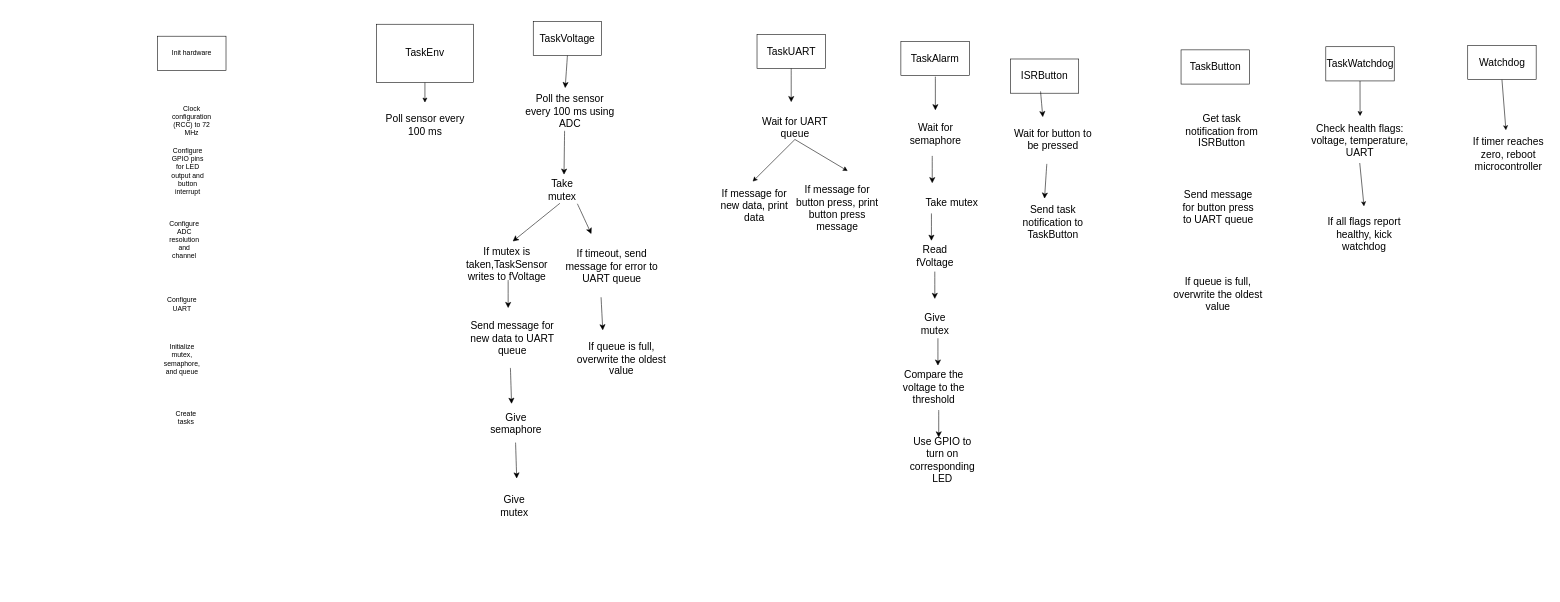
The draw.io diagram page "Tasks" (1 of 2) of architecture/battery-monitor-v3.drawio in erinjhu/battery-monitor, before the edit. Source tidied: cells renumbered, new cells numbered last; positions are measured from the earlier drawing's top-left corner, leaving out a move shared by most shapes. Both pictures are drawn from the tidied source at 57%, with x=0, y=0 at pixel (157, 21).
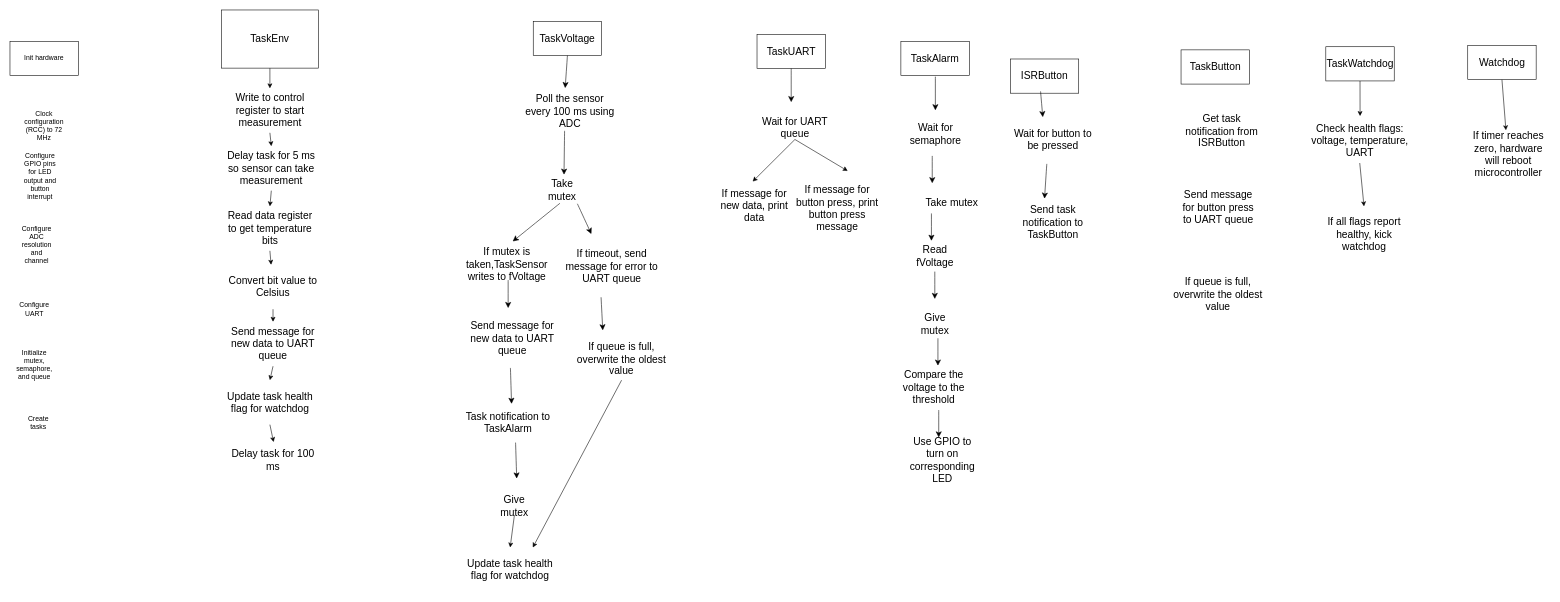
The same diagram, later.

Commit message (it also covers changes not shown here):
update task diagram and BMP180 sensor info

Unchanged cells that the change refers to:
```xml
<mxCell id="28" value="&lt;font style=&quot;font-size: 18px;&quot;&gt;Give mutex&lt;/font&gt;" style="text;html=1;whiteSpace=wrap;strokeColor=none;fillColor=none;align=center;verticalAlign=middle;rounded=0;" parent="1" vertex="1">
  <mxGeometry x="596" y="836" width="60" height="30" as="geometry" />
</mxCell>
<mxCell id="42" value="&lt;font style=&quot;font-size: 18px;&quot;&gt;If queue is full, overwrite the oldest value&lt;/font&gt;" style="text;html=1;whiteSpace=wrap;strokeColor=none;fillColor=none;align=center;verticalAlign=middle;rounded=0;" parent="1" vertex="1">
  <mxGeometry x="722" y="556.5" width="184" height="73" as="geometry" />
</mxCell>
```

Change to the diagram source:
```diff
@@
+    <mxCell id="66" style="rounded=0;jettySize=auto;html=1;exitX=0.5;exitY=1;exitDx=0;exitDy=0;entryX=0.5;entryY=0;entryDx=0;entryDy=0;" parent="1" edge="1" source="28" target="79">
+      <mxGeometry relative="1" as="geometry" />
+    </mxCell>
@@
-    <mxCell id="37" value="&lt;font style=&quot;font-size: 18px;&quot;&gt;Give semaphore&lt;/font&gt;" style="text;html=1;whiteSpace=wrap;strokeColor=none;fillColor=none;align=center;verticalAlign=middle;rounded=0;" parent="1" vertex="1">
-      <mxGeometry x="599" y="691" width="60" height="30" as="geometry" />
+    <mxCell id="37" value="&lt;font style=&quot;font-size: 18px;&quot;&gt;Task notification to TaskAlarm&lt;/font&gt;" style="text;html=1;whiteSpace=wrap;strokeColor=none;fillColor=none;align=center;verticalAlign=middle;rounded=0;" parent="1" vertex="1">
+      <mxGeometry x="533" y="689" width="164" height="30" as="geometry" />
     </mxCell>
@@
     <mxCell id="39" value="Init hardware" style="rounded=0;whiteSpace=wrap;html=1;" parent="1" vertex="1">
-      <mxGeometry y="26" width="120" height="60" as="geometry" />
+      <mxGeometry x="-259" y="35" width="120" height="60" as="geometry" />
     </mxCell>
@@
+    <mxCell id="67" style="rounded=0;jettySize=auto;html=1;exitX=0.5;exitY=1;exitDx=0;exitDy=0;entryX=0.75;entryY=0;entryDx=0;entryDy=0;" parent="1" edge="1" source="42" target="79">
+      <mxGeometry relative="1" as="geometry" />
+    </mxCell>
@@
     <mxCell id="45" value="Clock configuration (RCC) to 72 MHz" style="text;html=1;whiteSpace=wrap;strokeColor=none;fillColor=none;align=center;verticalAlign=middle;rounded=0;" parent="1" vertex="1">
-      <mxGeometry x="30" y="159" width="60" height="30" as="geometry" />
+      <mxGeometry x="-229" y="168" width="60" height="30" as="geometry" />
     </mxCell>
     <mxCell id="46" value="Configure GPIO pins for LED output and button interrupt" style="text;html=1;whiteSpace=wrap;strokeColor=none;fillColor=none;align=center;verticalAlign=middle;rounded=0;" parent="1" vertex="1">
-      <mxGeometry x="23" y="248" width="60" height="30" as="geometry" />
+      <mxGeometry x="-236" y="257" width="60" height="30" as="geometry" />
     </mxCell>
     <mxCell id="47" value="Configure ADC resolution and channel" style="text;html=1;whiteSpace=wrap;strokeColor=none;fillColor=none;align=center;verticalAlign=middle;rounded=0;" parent="1" vertex="1">
-      <mxGeometry x="17" y="368" width="60" height="30" as="geometry" />
+      <mxGeometry x="-242" y="377" width="60" height="30" as="geometry" />
     </mxCell>
     <mxCell id="48" value="Configure UART" style="text;html=1;whiteSpace=wrap;strokeColor=none;fillColor=none;align=center;verticalAlign=middle;rounded=0;" parent="1" vertex="1">
-      <mxGeometry x="13" y="481" width="60" height="30" as="geometry" />
+      <mxGeometry x="-246" y="490" width="60" height="30" as="geometry" />
     </mxCell>
     <mxCell id="49" value="Initialize mutex, semaphore, and queue" style="text;html=1;whiteSpace=wrap;strokeColor=none;fillColor=none;align=center;verticalAlign=middle;rounded=0;" parent="1" vertex="1">
-      <mxGeometry x="13" y="578" width="60" height="30" as="geometry" />
+      <mxGeometry x="-246" y="587" width="60" height="30" as="geometry" />
     </mxCell>
     <mxCell id="50" value="Create tasks" style="text;html=1;whiteSpace=wrap;strokeColor=none;fillColor=none;align=center;verticalAlign=middle;rounded=0;" parent="1" vertex="1">
-      <mxGeometry x="20" y="680" width="60" height="30" as="geometry" />
+      <mxGeometry x="-239" y="689" width="60" height="30" as="geometry" />
     </mxCell>
-    <mxCell id="51" value="&lt;font style=&quot;font-size: 18px;&quot;&gt;If timer reaches zero, reboot microcontroller&lt;/font&gt;" style="text;html=1;whiteSpace=wrap;strokeColor=none;fillColor=none;align=center;verticalAlign=middle;rounded=0;" parent="1" vertex="1">
+    <mxCell id="51" value="&lt;font style=&quot;font-size: 18px;&quot;&gt;If timer reaches zero, hardware will reboot microcontroller&lt;/font&gt;" style="text;html=1;whiteSpace=wrap;strokeColor=none;fillColor=none;align=center;verticalAlign=middle;rounded=0;" parent="1" vertex="1">
       <mxGeometry x="2296.5" y="190" width="146" height="87" as="geometry" />
     </mxCell>
@@
     <mxCell id="60" value="&lt;font style=&quot;font-size: 18px;&quot;&gt;TaskEnv&lt;/font&gt;" style="rounded=0;whiteSpace=wrap;html=1;" parent="1" vertex="1">
-      <mxGeometry x="384" y="5" width="170" height="102" as="geometry" />
+      <mxGeometry x="112" y="-20" width="170" height="102" as="geometry" />
     </mxCell>
+    <mxCell id="68" style="edgeStyle=none;rounded=0;jettySize=auto;html=1;exitX=0.5;exitY=1;exitDx=0;exitDy=0;entryX=0.5;entryY=0;entryDx=0;entryDy=0;" parent="1" edge="1" source="61" target="70">
+      <mxGeometry relative="1" as="geometry" />
+    </mxCell>
-    <mxCell id="61" value="&lt;font style=&quot;font-size: 18px;&quot;&gt;Poll sensor every 100 ms&lt;/font&gt;" style="text;html=1;whiteSpace=wrap;strokeColor=none;fillColor=none;align=center;verticalAlign=middle;rounded=0;" parent="1" vertex="1">
-      <mxGeometry x="389.5" y="142.5" width="159" height="78" as="geometry" />
+    <mxCell id="61" value="&lt;font style=&quot;font-size: 18px;&quot;&gt;Write to control register to start measurement&lt;/font&gt;" style="text;html=1;whiteSpace=wrap;strokeColor=none;fillColor=none;align=center;verticalAlign=middle;rounded=0;" parent="1" vertex="1">
+      <mxGeometry x="117.5" y="117.5" width="159" height="78" as="geometry" />
     </mxCell>
@@
+    <mxCell id="69" style="edgeStyle=none;rounded=0;jettySize=auto;html=1;exitX=0.5;exitY=1;exitDx=0;exitDy=0;entryX=0.5;entryY=0;entryDx=0;entryDy=0;" parent="1" edge="1" source="70" target="72">
+      <mxGeometry relative="1" as="geometry" />
+    </mxCell>
+    <mxCell id="70" value="&lt;font style=&quot;font-size: 18px;&quot;&gt;Delay task for 5 ms so sensor can take measurement&lt;/font&gt;" style="text;html=1;whiteSpace=wrap;strokeColor=none;fillColor=none;align=center;verticalAlign=middle;rounded=0;" parent="1" vertex="1">
+      <mxGeometry x="120" y="219" width="159" height="78" as="geometry" />
+    </mxCell>
+    <mxCell id="71" style="edgeStyle=none;rounded=0;jettySize=auto;html=1;exitX=0.5;exitY=1;exitDx=0;exitDy=0;" parent="1" edge="1" source="72" target="74">
+      <mxGeometry relative="1" as="geometry" />
+    </mxCell>
+    <mxCell id="72" value="&lt;font style=&quot;font-size: 18px;&quot;&gt;Read data register to get temperature bits&lt;/font&gt;" style="text;html=1;whiteSpace=wrap;strokeColor=none;fillColor=none;align=center;verticalAlign=middle;rounded=0;" parent="1" vertex="1">
+      <mxGeometry x="117.5" y="324.5" width="159" height="78" as="geometry" />
+    </mxCell>
+    <mxCell id="73" style="edgeStyle=none;rounded=0;jettySize=auto;html=1;exitX=0.5;exitY=1;exitDx=0;exitDy=0;entryX=0.5;entryY=0;entryDx=0;entryDy=0;" parent="1" edge="1" source="74" target="76">
+      <mxGeometry relative="1" as="geometry" />
+    </mxCell>
+    <mxCell id="74" value="&lt;font style=&quot;font-size: 18px;&quot;&gt;Convert bit value to Celsius&lt;/font&gt;" style="text;html=1;whiteSpace=wrap;strokeColor=none;fillColor=none;align=center;verticalAlign=middle;rounded=0;" parent="1" vertex="1">
+      <mxGeometry x="123" y="427" width="159" height="78" as="geometry" />
+    </mxCell>
+    <mxCell id="75" style="edgeStyle=none;rounded=0;jettySize=auto;html=1;exitX=0.5;exitY=1;exitDx=0;exitDy=0;entryX=0.5;entryY=0;entryDx=0;entryDy=0;" parent="1" edge="1" source="76" target="77">
+      <mxGeometry relative="1" as="geometry" />
+    </mxCell>
+    <mxCell id="76" value="&lt;font style=&quot;font-size: 18px;&quot;&gt;Send message for new data to UART queue&lt;/font&gt;" style="text;html=1;whiteSpace=wrap;strokeColor=none;fillColor=none;align=center;verticalAlign=middle;rounded=0;" parent="1" vertex="1">
+      <mxGeometry x="123" y="527" width="159" height="78" as="geometry" />
+    </mxCell>
+    <mxCell id="77" value="&lt;font style=&quot;font-size: 18px;&quot;&gt;Update task health flag for watchdog&lt;/font&gt;" style="text;html=1;whiteSpace=wrap;strokeColor=none;fillColor=none;align=center;verticalAlign=middle;rounded=0;" parent="1" vertex="1">
+      <mxGeometry x="117.5" y="629.5" width="159" height="78" as="geometry" />
+    </mxCell>
+    <mxCell id="78" value="&lt;font style=&quot;font-size: 18px;&quot;&gt;Delay task for 100 ms&lt;/font&gt;" style="text;html=1;whiteSpace=wrap;strokeColor=none;fillColor=none;align=center;verticalAlign=middle;rounded=0;" parent="1" vertex="1">
+      <mxGeometry x="123" y="731" width="159" height="78" as="geometry" />
+    </mxCell>
+    <mxCell id="79" value="&lt;font style=&quot;font-size: 18px;&quot;&gt;Update task health flag for watchdog&lt;/font&gt;" style="text;html=1;whiteSpace=wrap;strokeColor=none;fillColor=none;align=center;verticalAlign=middle;rounded=0;" parent="1" vertex="1">
+      <mxGeometry x="539" y="923" width="159" height="78" as="geometry" />
+    </mxCell>
+    <mxCell id="80" style="edgeStyle=none;rounded=0;jettySize=auto;html=1;exitX=0.5;exitY=1;exitDx=0;exitDy=0;entryX=0.506;entryY=0.089;entryDx=0;entryDy=0;entryPerimeter=0;" parent="1" edge="1" source="77" target="78">
+      <mxGeometry relative="1" as="geometry" />
+    </mxCell>
```
